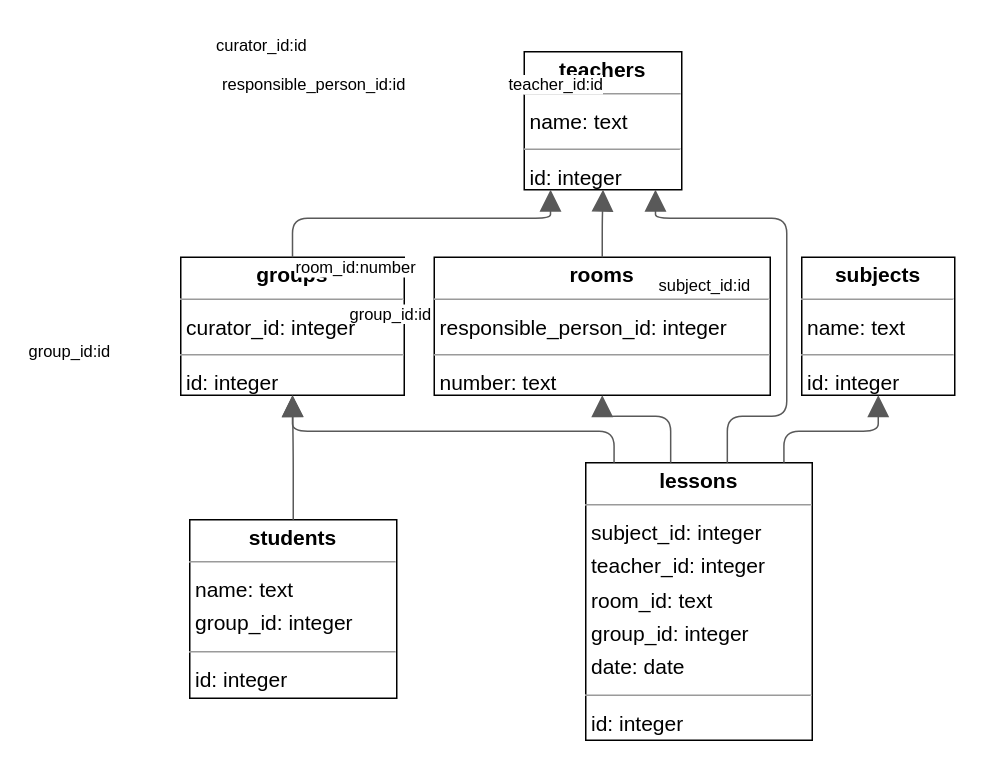
Above: docs/db.drawio in rastsislaux/university-model (draw.io), before the change. Source tidied: cells renumbered, new cells numbered last; positions are measured from the earlier drawing's top-left corner, leaving out a move shared by most shapes. Both pictures are drawn from the tidied source at 150%, with x=0, y=0 at pixel (180, 51).
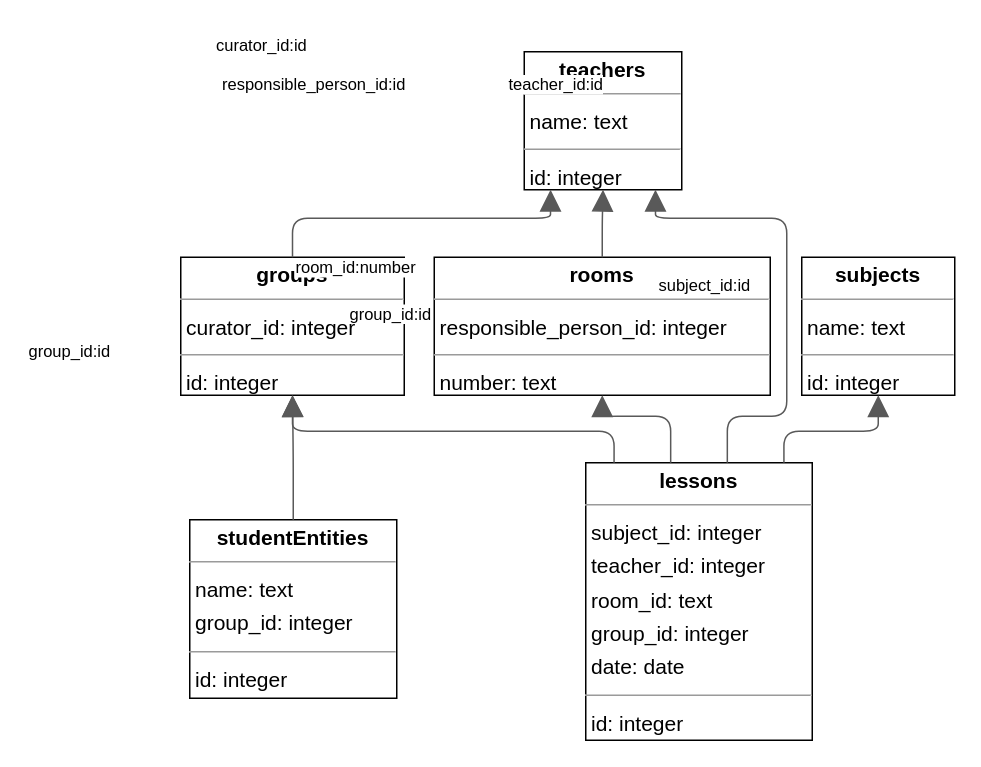
The same page after the edit.

Diff of the diagram source:
```diff
@@
-    <mxCell id="5" value="&lt;p style=&quot;margin:0px;margin-top:4px;text-align:center;&quot;&gt;&lt;b&gt;students&lt;/b&gt;&lt;/p&gt;&lt;hr size=&quot;1&quot;/&gt;&lt;p style=&quot;margin:0 0 0 4px;line-height:1.6;&quot;&gt; name: text&lt;br/&gt; group_id: integer&lt;/p&gt;&lt;hr size=&quot;1&quot;/&gt;&lt;p style=&quot;margin:0 0 0 4px;line-height:1.6;&quot;&gt; id: integer&lt;/p&gt;" style="verticalAlign=top;align=left;overflow=fill;fontSize=14;fontFamily=Helvetica;html=1;rounded=0;shadow=0;comic=0;labelBackgroundColor=none;strokeWidth=1;" parent="1" vertex="1">
+    <mxCell id="5" value="&lt;p style=&quot;margin:0px;margin-top:4px;text-align:center;&quot;&gt;&lt;b&gt;studentEntities&lt;/b&gt;&lt;/p&gt;&lt;hr size=&quot;1&quot;/&gt;&lt;p style=&quot;margin:0 0 0 4px;line-height:1.6;&quot;&gt; name: text&lt;br/&gt; group_id: integer&lt;/p&gt;&lt;hr size=&quot;1&quot;/&gt;&lt;p style=&quot;margin:0 0 0 4px;line-height:1.6;&quot;&gt; id: integer&lt;/p&gt;" style="verticalAlign=top;align=left;overflow=fill;fontSize=14;fontFamily=Helvetica;html=1;rounded=0;shadow=0;comic=0;labelBackgroundColor=none;strokeWidth=1;" parent="1" vertex="1">
       <mxGeometry x="6" y="312" width="138" height="119" as="geometry" />
     </mxCell>
```
